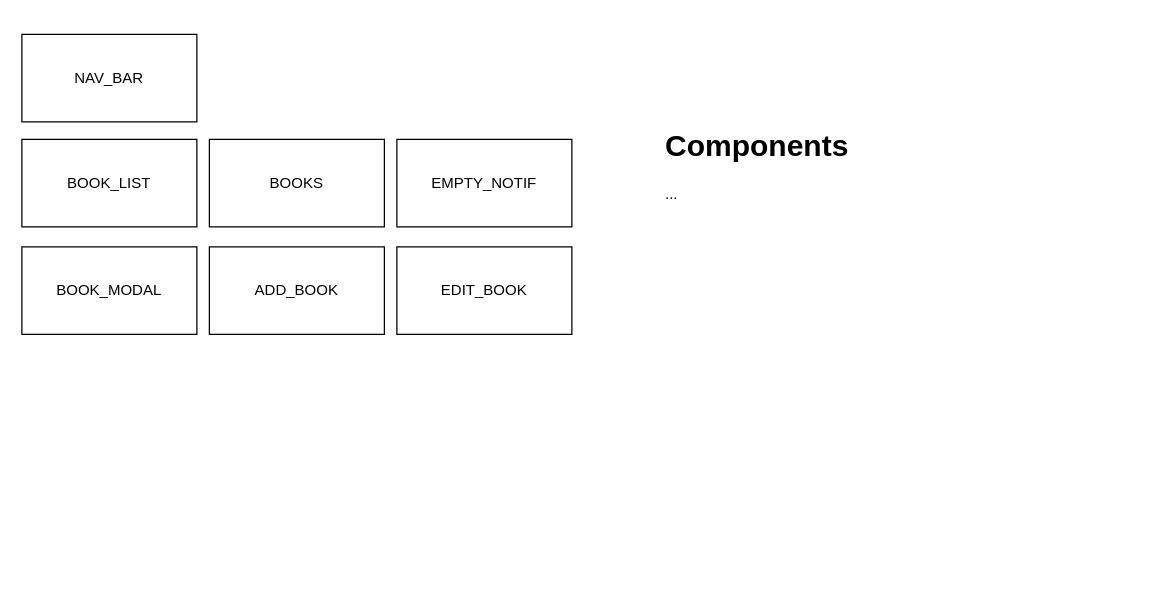
Earlier version of the draw.io diagram page "Components: Personal Library Page" (2 of 2) of assets/images/dev/logic.drawio (andodaryl/ci-project-2). Source tidied: cells renumbered, new cells numbered last; positions are measured from the earlier drawing's top-left corner, leaving out a move shared by most shapes. Both pictures are drawn from the tidied source at 125%, with x=0, y=0 at pixel (21, 34).
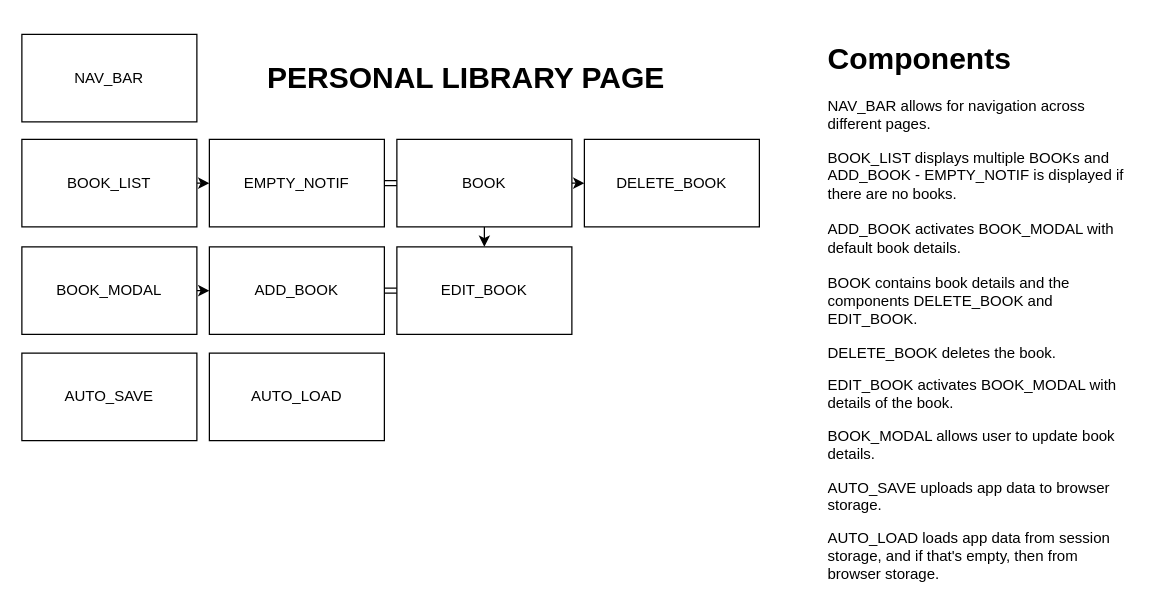
Above is the later version.

Commit message:
Update components structure for personal library page

Diff of the diagram source:
```diff
@@
 <mxGraphModel>
   <root>
     <mxCell id="0" />
     <mxCell id="1" parent="0" />
+    <mxCell id="10" style="edgeStyle=none;html=1;exitX=1;exitY=0.5;exitDx=0;exitDy=0;entryX=0;entryY=0.5;entryDx=0;entryDy=0;" parent="1" edge="1" source="2" target="17">
+      <mxGeometry relative="1" as="geometry" />
+    </mxCell>
+    <mxCell id="11" style="edgeStyle=none;html=1;exitX=0.5;exitY=1;exitDx=0;exitDy=0;entryX=0.5;entryY=0;entryDx=0;entryDy=0;" parent="1" edge="1" source="2" target="7">
+      <mxGeometry relative="1" as="geometry" />
+    </mxCell>
-    <mxCell id="2" value="BOOKS" style="whiteSpace=wrap;html=1;" parent="1" vertex="1">
-      <mxGeometry x="150" y="84" width="140" height="70" as="geometry" />
+    <mxCell id="2" value="BOOK" style="whiteSpace=wrap;html=1;" parent="1" vertex="1">
+      <mxGeometry x="300" y="84" width="140" height="70" as="geometry" />
     </mxCell>
+    <mxCell id="12" style="edgeStyle=none;html=1;exitX=1;exitY=0.5;exitDx=0;exitDy=0;entryX=0;entryY=0.5;entryDx=0;entryDy=0;" parent="1" edge="1" source="3" target="9">
+      <mxGeometry relative="1" as="geometry" />
+    </mxCell>
     <mxCell id="3" value="BOOK_LIST" style="whiteSpace=wrap;html=1;" parent="1" vertex="1">
       <mxGeometry y="84" width="140" height="70" as="geometry" />
     </mxCell>
     <mxCell id="4" value="NAV_BAR" style="whiteSpace=wrap;html=1;" parent="1" vertex="1">
       <mxGeometry width="140" height="70" as="geometry" />
     </mxCell>
+    <mxCell id="13" style="edgeStyle=none;html=1;exitX=1;exitY=0.5;exitDx=0;exitDy=0;entryX=0;entryY=0.5;entryDx=0;entryDy=0;" parent="1" edge="1" source="5" target="6">
+      <mxGeometry relative="1" as="geometry" />
+    </mxCell>
     <mxCell id="5" value="BOOK_MODAL" style="whiteSpace=wrap;html=1;" parent="1" vertex="1">
       <mxGeometry y="170" width="140" height="70" as="geometry" />
     </mxCell>
+    <mxCell id="14" style="edgeStyle=none;shape=link;html=1;exitX=1;exitY=0.5;exitDx=0;exitDy=0;entryX=0;entryY=0.5;entryDx=0;entryDy=0;" parent="1" edge="1" source="6" target="7">
+      <mxGeometry relative="1" as="geometry" />
+    </mxCell>
     <mxCell id="6" value="ADD_BOOK" style="whiteSpace=wrap;html=1;" parent="1" vertex="1">
       <mxGeometry x="150" y="170" width="140" height="70" as="geometry" />
     </mxCell>
     <mxCell id="7" value="EDIT_BOOK" style="whiteSpace=wrap;html=1;" parent="1" vertex="1">
       <mxGeometry x="300" y="170" width="140" height="70" as="geometry" />
     </mxCell>
-    <mxCell id="8" value="&lt;h1&gt;Components&amp;nbsp;&lt;/h1&gt;&lt;p&gt;...&lt;/p&gt;" style="text;html=1;strokeColor=none;fillColor=none;spacing=5;spacingTop=-20;whiteSpace=wrap;overflow=hidden;rounded=0;" parent="1" vertex="1">
-      <mxGeometry x="510" y="70" width="250" height="290" as="geometry" />
+    <mxCell id="8" value="&lt;h1&gt;Components&amp;nbsp;&lt;/h1&gt;&lt;p&gt;NAV_BAR allows for navigation across different pages.&lt;/p&gt;&lt;p&gt;BOOK_LIST displays multiple BOOKs and ADD_BOOK - EMPTY_NOTIF is displayed if there are no books.&lt;br&gt;&lt;br&gt;ADD_BOOK activates BOOK_MODAL with default book details.&lt;br&gt;&lt;br&gt;BOOK contains book details and the components DELETE_BOOK and EDIT_BOOK.&lt;br&gt;&lt;/p&gt;&lt;p&gt;DELETE_BOOK deletes the book.&lt;/p&gt;&lt;p&gt;EDIT_BOOK activates BOOK_MODAL with details of the book.&amp;nbsp;&lt;/p&gt;&lt;p&gt;BOOK_MODAL allows user to update book details.&lt;/p&gt;&lt;p&gt;AUTO_SAVE uploads app data to browser storage.&lt;/p&gt;&lt;p&gt;AUTO_LOAD loads app data from session storage, and if that's empty, then from browser storage.&lt;/p&gt;" style="text;html=1;strokeColor=none;fillColor=none;spacing=5;spacingTop=-20;whiteSpace=wrap;overflow=hidden;rounded=0;" parent="1" vertex="1">
+      <mxGeometry x="640" width="250" height="439" as="geometry" />
     </mxCell>
+    <mxCell id="15" style="edgeStyle=none;shape=link;html=1;exitX=1;exitY=0.5;exitDx=0;exitDy=0;entryX=0;entryY=0.5;entryDx=0;entryDy=0;" parent="1" edge="1" source="9" target="2">
+      <mxGeometry relative="1" as="geometry" />
+    </mxCell>
     <mxCell id="9" value="EMPTY_NOTIF" style="whiteSpace=wrap;html=1;" parent="1" vertex="1">
-      <mxGeometry x="300" y="84" width="140" height="70" as="geometry" />
+      <mxGeometry x="150" y="84" width="140" height="70" as="geometry" />
     </mxCell>
+    <mxCell id="16" value="AUTO_SAVE" style="whiteSpace=wrap;html=1;" parent="1" vertex="1">
+      <mxGeometry y="255" width="140" height="70" as="geometry" />
+    </mxCell>
+    <mxCell id="17" value="DELETE_BOOK" style="whiteSpace=wrap;html=1;" parent="1" vertex="1">
+      <mxGeometry x="450" y="84" width="140" height="70" as="geometry" />
+    </mxCell>
+    <mxCell id="18" value="&lt;b&gt;&lt;font style=&quot;font-size: 24px&quot;&gt;PERSONAL LIBRARY PAGE&lt;/font&gt;&lt;/b&gt;" style="text;html=1;align=center;verticalAlign=middle;strokeColor=none;fillColor=none;" parent="1" vertex="1">
+      <mxGeometry x="190" y="25" width="330" height="20" as="geometry" />
+    </mxCell>
+    <mxCell id="19" value="AUTO_LOAD" style="whiteSpace=wrap;html=1;" parent="1" vertex="1">
+      <mxGeometry x="150" y="255" width="140" height="70" as="geometry" />
+    </mxCell>
   </root>
 </mxGraphModel>
```
